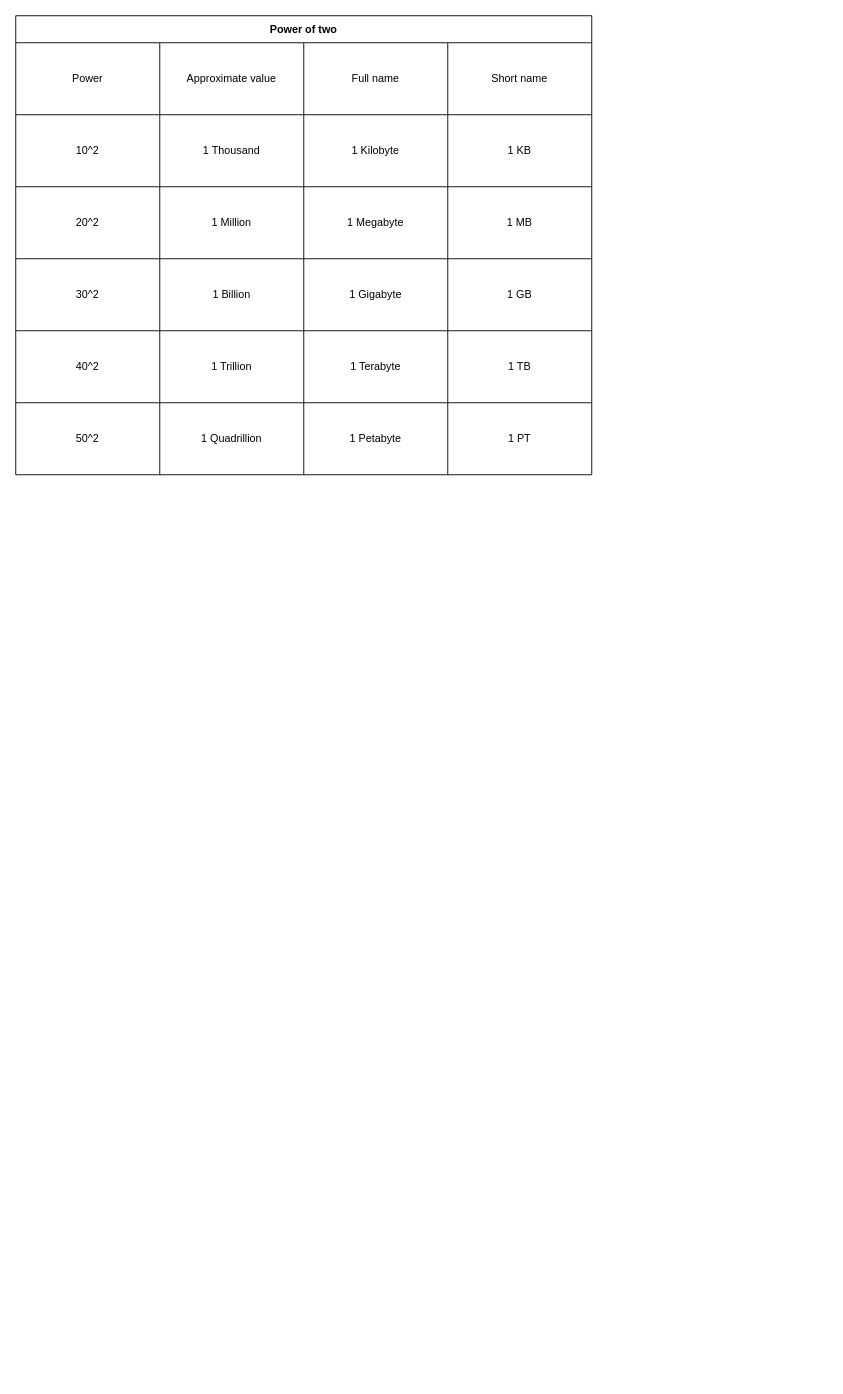
norbinsh/drawings keeps this draw.io diagram as back_of_the_envelope_estimations.drawio. Above is the earlier version. Source tidied: cells renumbered, new cells numbered last; positions are measured from the earlier drawing's top-left corner, leaving out a move shared by most shapes. Both pictures are drawn from the tidied source at 90%, with x=0, y=0 at pixel (15, 15).
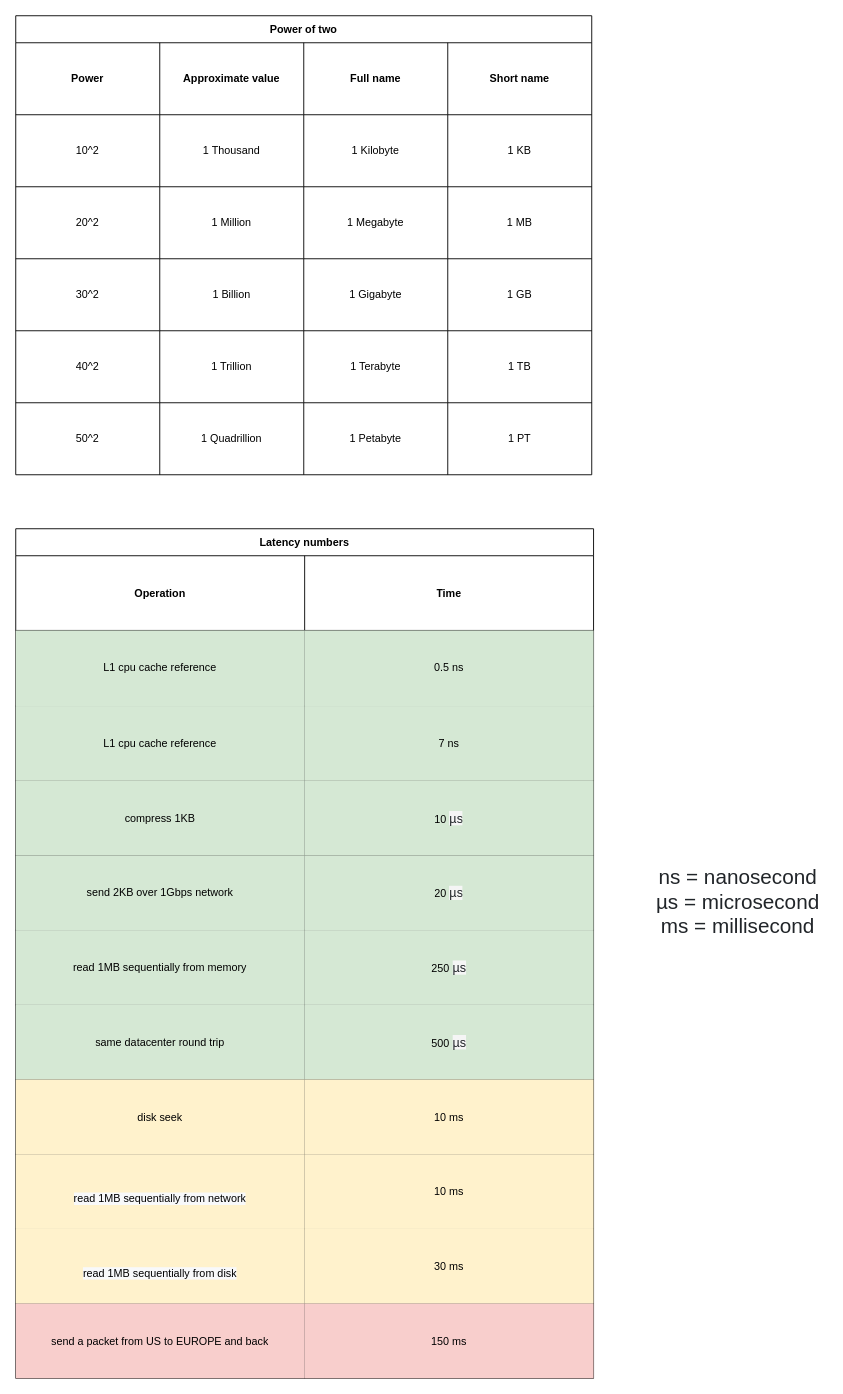
After the change.

The change refers to these unchanged cells:
```xml
<mxCell id="3" style="shape=tableRow;horizontal=0;startSize=0;swimlaneHead=0;swimlaneBody=0;top=0;left=0;bottom=0;right=0;fillColor=none;" parent="2" vertex="1">
  <mxGeometry y="30" width="640" height="80" as="geometry" />
</mxCell>
```

The edit, as a diff of the source:
```diff
@@
-    <mxCell id="4" value="Power" style="shape=partialRectangle;html=1;whiteSpace=wrap;fillColor=none;top=0;left=0;bottom=0;right=0;overflow=hidden;" parent="3" vertex="1">
+    <mxCell id="4" value="&lt;b&gt;Power&lt;/b&gt;" style="shape=partialRectangle;html=1;whiteSpace=wrap;fillColor=none;top=0;left=0;bottom=0;right=0;overflow=hidden;" parent="3" vertex="1">
       <mxGeometry width="160" height="80" as="geometry" />
     </mxCell>
-    <mxCell id="5" value="Approximate value" style="shape=partialRectangle;html=1;whiteSpace=wrap;fillColor=none;top=0;left=0;bottom=0;right=0;overflow=hidden;" parent="3" vertex="1">
+    <mxCell id="5" value="&lt;b&gt;Approximate value&lt;/b&gt;" style="shape=partialRectangle;html=1;whiteSpace=wrap;fillColor=none;top=0;left=0;bottom=0;right=0;overflow=hidden;" parent="3" vertex="1">
       <mxGeometry x="160" width="160" height="80" as="geometry" />
     </mxCell>
-    <mxCell id="6" value="Full name" style="shape=partialRectangle;html=1;whiteSpace=wrap;fillColor=none;top=0;left=0;bottom=0;right=0;overflow=hidden;" parent="3" vertex="1">
+    <mxCell id="6" value="&lt;b&gt;Full name&lt;/b&gt;" style="shape=partialRectangle;html=1;whiteSpace=wrap;fillColor=none;top=0;left=0;bottom=0;right=0;overflow=hidden;" parent="3" vertex="1">
       <mxGeometry x="320" width="160" height="80" as="geometry" />
     </mxCell>
-    <mxCell id="7" value="Short name" style="shape=partialRectangle;html=1;whiteSpace=wrap;fillColor=none;top=0;left=0;bottom=0;right=0;overflow=hidden;" parent="3" vertex="1">
+    <mxCell id="7" value="&lt;b&gt;Short name&lt;/b&gt;" style="shape=partialRectangle;html=1;whiteSpace=wrap;fillColor=none;top=0;left=0;bottom=0;right=0;overflow=hidden;" parent="3" vertex="1">
       <mxGeometry x="480" width="160" height="80" as="geometry" />
     </mxCell>
@@
+    <mxCell id="33" value="Latency numbers" style="shape=table;startSize=30;childLayout=tableLayout;fontStyle=1;align=center;" parent="1" vertex="1">
+      <mxGeometry y="570" width="642" height="944" as="geometry" />
+    </mxCell>
+    <mxCell id="34" style="shape=tableRow;horizontal=0;startSize=0;swimlaneHead=0;swimlaneBody=0;top=0;left=0;bottom=0;right=0;fillColor=none;" parent="33" vertex="1">
+      <mxGeometry y="30" width="642" height="83" as="geometry" />
+    </mxCell>
+    <mxCell id="35" value="&lt;b&gt;Operation&lt;/b&gt;" style="shape=partialRectangle;html=1;whiteSpace=wrap;fillColor=none;top=0;left=0;bottom=0;right=0;overflow=hidden;" parent="34" vertex="1">
+      <mxGeometry width="321" height="83" as="geometry" />
+    </mxCell>
+    <mxCell id="36" value="&lt;b&gt;Time&lt;/b&gt;" style="shape=partialRectangle;html=1;whiteSpace=wrap;fillColor=none;top=0;left=0;bottom=0;right=0;overflow=hidden;" parent="34" vertex="1">
+      <mxGeometry x="321" width="321" height="83" as="geometry" />
+    </mxCell>
+    <mxCell id="37" style="shape=tableRow;horizontal=0;startSize=0;swimlaneHead=0;swimlaneBody=0;top=0;left=0;bottom=0;right=0;fillColor=none;" parent="33" vertex="1">
+      <mxGeometry y="113" width="642" height="84" as="geometry" />
+    </mxCell>
+    <mxCell id="38" value="L1 cpu cache reference" style="shape=partialRectangle;html=1;whiteSpace=wrap;fillColor=#d5e8d4;top=0;left=0;bottom=0;right=0;overflow=hidden;strokeColor=#82b366;" parent="37" vertex="1">
+      <mxGeometry width="321" height="84" as="geometry" />
+    </mxCell>
+    <mxCell id="39" value="0.5 ns" style="shape=partialRectangle;html=1;whiteSpace=wrap;fillColor=#d5e8d4;top=0;left=0;bottom=0;right=0;overflow=hidden;strokeColor=#82b366;" parent="37" vertex="1">
+      <mxGeometry x="321" width="321" height="84" as="geometry" />
+    </mxCell>
+    <mxCell id="40" style="shape=tableRow;horizontal=0;startSize=0;swimlaneHead=0;swimlaneBody=0;top=0;left=0;bottom=0;right=0;fillColor=none;" parent="33" vertex="1">
+      <mxGeometry y="197" width="642" height="83" as="geometry" />
+    </mxCell>
+    <mxCell id="41" value="&lt;span&gt;L1 cpu cache reference&lt;/span&gt;" style="shape=partialRectangle;html=1;whiteSpace=wrap;fillColor=#d5e8d4;top=0;left=0;bottom=0;right=0;overflow=hidden;strokeColor=#82b366;" parent="40" vertex="1">
+      <mxGeometry width="321" height="83" as="geometry" />
+    </mxCell>
+    <mxCell id="42" value="7 ns" style="shape=partialRectangle;html=1;whiteSpace=wrap;fillColor=#d5e8d4;top=0;left=0;bottom=0;right=0;overflow=hidden;strokeColor=#82b366;" parent="40" vertex="1">
+      <mxGeometry x="321" width="321" height="83" as="geometry" />
+    </mxCell>
+    <mxCell id="43" style="shape=tableRow;horizontal=0;startSize=0;swimlaneHead=0;swimlaneBody=0;top=0;left=0;bottom=0;right=0;fillColor=none;" parent="33" vertex="1">
+      <mxGeometry y="280" width="642" height="83" as="geometry" />
+    </mxCell>
+    <mxCell id="44" value="compress 1KB" style="shape=partialRectangle;html=1;whiteSpace=wrap;fillColor=#d5e8d4;top=0;left=0;bottom=0;right=0;overflow=hidden;strokeColor=#82b366;" parent="43" vertex="1">
+      <mxGeometry width="321" height="83" as="geometry" />
+    </mxCell>
+    <mxCell id="45" value="10&amp;nbsp;&lt;span style=&quot;color: rgb(33 , 37 , 41) ; font-family: , &amp;#34;blinkmacsystemfont&amp;#34; , &amp;#34;segoe ui&amp;#34; , &amp;#34;pingfang sc&amp;#34; , &amp;#34;hiragino sans gb&amp;#34; , &amp;#34;microsoft yahei&amp;#34; , &amp;#34;helvetica neue&amp;#34; , &amp;#34;helvetica&amp;#34; , &amp;#34;arial&amp;#34; , sans-serif , &amp;#34;apple color emoji&amp;#34; , &amp;#34;segoe ui emoji&amp;#34; , &amp;#34;segoe ui symbol&amp;#34; ; font-size: 14px ; background-color: rgb(245 , 245 , 245)&quot;&gt;µs&lt;/span&gt;" style="shape=partialRectangle;html=1;whiteSpace=wrap;fillColor=#d5e8d4;top=0;left=0;bottom=0;right=0;overflow=hidden;strokeColor=#82b366;" parent="43" vertex="1">
+      <mxGeometry x="321" width="321" height="83" as="geometry" />
+    </mxCell>
+    <mxCell id="46" style="shape=tableRow;horizontal=0;startSize=0;swimlaneHead=0;swimlaneBody=0;top=0;left=0;bottom=0;right=0;fillColor=none;" parent="33" vertex="1">
+      <mxGeometry y="363" width="642" height="83" as="geometry" />
+    </mxCell>
+    <mxCell id="47" value="send 2KB over 1Gbps network" style="shape=partialRectangle;html=1;whiteSpace=wrap;fillColor=#d5e8d4;top=0;left=0;bottom=0;right=0;overflow=hidden;strokeColor=#82b366;" parent="46" vertex="1">
+      <mxGeometry width="321" height="83" as="geometry" />
+    </mxCell>
+    <mxCell id="48" value="20&amp;nbsp;&lt;span style=&quot;color: rgb(33 , 37 , 41) ; font-family: , &amp;#34;blinkmacsystemfont&amp;#34; , &amp;#34;segoe ui&amp;#34; , &amp;#34;pingfang sc&amp;#34; , &amp;#34;hiragino sans gb&amp;#34; , &amp;#34;microsoft yahei&amp;#34; , &amp;#34;helvetica neue&amp;#34; , &amp;#34;helvetica&amp;#34; , &amp;#34;arial&amp;#34; , sans-serif , &amp;#34;apple color emoji&amp;#34; , &amp;#34;segoe ui emoji&amp;#34; , &amp;#34;segoe ui symbol&amp;#34; ; font-size: 14px ; background-color: rgb(245 , 245 , 245)&quot;&gt;µs&lt;/span&gt;" style="shape=partialRectangle;html=1;whiteSpace=wrap;fillColor=#d5e8d4;top=0;left=0;bottom=0;right=0;overflow=hidden;strokeColor=#82b366;" parent="46" vertex="1">
+      <mxGeometry x="321" width="321" height="83" as="geometry" />
+    </mxCell>
+    <mxCell id="49" style="shape=tableRow;horizontal=0;startSize=0;swimlaneHead=0;swimlaneBody=0;top=0;left=0;bottom=0;right=0;fillColor=none;" parent="33" vertex="1">
+      <mxGeometry y="446" width="642" height="83" as="geometry" />
+    </mxCell>
+    <mxCell id="50" value="read 1MB sequentially from memory" style="shape=partialRectangle;html=1;whiteSpace=wrap;fillColor=#d5e8d4;top=0;left=0;bottom=0;right=0;overflow=hidden;strokeColor=#82b366;" parent="49" vertex="1">
+      <mxGeometry width="321" height="83" as="geometry" />
+    </mxCell>
+    <mxCell id="51" value="250&amp;nbsp;&lt;span style=&quot;color: rgb(33 , 37 , 41) ; font-family: , &amp;#34;blinkmacsystemfont&amp;#34; , &amp;#34;segoe ui&amp;#34; , &amp;#34;pingfang sc&amp;#34; , &amp;#34;hiragino sans gb&amp;#34; , &amp;#34;microsoft yahei&amp;#34; , &amp;#34;helvetica neue&amp;#34; , &amp;#34;helvetica&amp;#34; , &amp;#34;arial&amp;#34; , sans-serif , &amp;#34;apple color emoji&amp;#34; , &amp;#34;segoe ui emoji&amp;#34; , &amp;#34;segoe ui symbol&amp;#34; ; font-size: 14px ; background-color: rgb(245 , 245 , 245)&quot;&gt;µs&lt;/span&gt;" style="shape=partialRectangle;html=1;whiteSpace=wrap;fillColor=#d5e8d4;top=0;left=0;bottom=0;right=0;overflow=hidden;strokeColor=#82b366;" parent="49" vertex="1">
+      <mxGeometry x="321" width="321" height="83" as="geometry" />
+    </mxCell>
+    <mxCell id="52" style="shape=tableRow;horizontal=0;startSize=0;swimlaneHead=0;swimlaneBody=0;top=0;left=0;bottom=0;right=0;fillColor=none;" parent="33" vertex="1">
+      <mxGeometry y="529" width="642" height="83" as="geometry" />
+    </mxCell>
+    <mxCell id="53" value="same datacenter round trip" style="shape=partialRectangle;html=1;whiteSpace=wrap;fillColor=#d5e8d4;top=0;left=0;bottom=0;right=0;overflow=hidden;strokeColor=#82b366;" parent="52" vertex="1">
+      <mxGeometry width="321" height="83" as="geometry" />
+    </mxCell>
+    <mxCell id="54" value="500&amp;nbsp;&lt;span style=&quot;color: rgb(33 , 37 , 41) ; font-family: , &amp;#34;blinkmacsystemfont&amp;#34; , &amp;#34;segoe ui&amp;#34; , &amp;#34;pingfang sc&amp;#34; , &amp;#34;hiragino sans gb&amp;#34; , &amp;#34;microsoft yahei&amp;#34; , &amp;#34;helvetica neue&amp;#34; , &amp;#34;helvetica&amp;#34; , &amp;#34;arial&amp;#34; , sans-serif , &amp;#34;apple color emoji&amp;#34; , &amp;#34;segoe ui emoji&amp;#34; , &amp;#34;segoe ui symbol&amp;#34; ; font-size: 14px ; background-color: rgb(245 , 245 , 245)&quot;&gt;µs&lt;/span&gt;" style="shape=partialRectangle;html=1;whiteSpace=wrap;fillColor=#d5e8d4;top=0;left=0;bottom=0;right=0;overflow=hidden;strokeColor=#82b366;" parent="52" vertex="1">
+      <mxGeometry x="321" width="321" height="83" as="geometry" />
+    </mxCell>
+    <mxCell id="55" style="shape=tableRow;horizontal=0;startSize=0;swimlaneHead=0;swimlaneBody=0;top=0;left=0;bottom=0;right=0;fillColor=none;" parent="33" vertex="1">
+      <mxGeometry y="612" width="642" height="83" as="geometry" />
+    </mxCell>
+    <mxCell id="56" value="disk seek" style="shape=partialRectangle;html=1;whiteSpace=wrap;fillColor=#fff2cc;top=0;left=0;bottom=0;right=0;overflow=hidden;strokeColor=#d6b656;" parent="55" vertex="1">
+      <mxGeometry width="321" height="83" as="geometry" />
+    </mxCell>
+    <mxCell id="57" value="10 ms" style="shape=partialRectangle;html=1;whiteSpace=wrap;fillColor=#fff2cc;top=0;left=0;bottom=0;right=0;overflow=hidden;strokeColor=#d6b656;" parent="55" vertex="1">
+      <mxGeometry x="321" width="321" height="83" as="geometry" />
+    </mxCell>
+    <mxCell id="58" style="shape=tableRow;horizontal=0;startSize=0;swimlaneHead=0;swimlaneBody=0;top=0;left=0;bottom=0;right=0;fillColor=none;" parent="33" vertex="1">
+      <mxGeometry y="695" width="642" height="83" as="geometry" />
+    </mxCell>
+    <mxCell id="59" value="&lt;br&gt;&lt;span style=&quot;color: rgb(0 , 0 , 0) ; font-family: &amp;#34;helvetica&amp;#34; ; font-size: 12px ; font-style: normal ; font-weight: 400 ; letter-spacing: normal ; text-align: center ; text-indent: 0px ; text-transform: none ; word-spacing: 0px ; background-color: rgb(248 , 249 , 250) ; display: inline ; float: none&quot;&gt;read 1MB sequentially from network&lt;/span&gt;" style="shape=partialRectangle;html=1;whiteSpace=wrap;fillColor=#fff2cc;top=0;left=0;bottom=0;right=0;overflow=hidden;strokeColor=#d6b656;" parent="58" vertex="1">
+      <mxGeometry width="321" height="83" as="geometry" />
+    </mxCell>
+    <mxCell id="60" value="10 ms" style="shape=partialRectangle;html=1;whiteSpace=wrap;fillColor=#fff2cc;top=0;left=0;bottom=0;right=0;overflow=hidden;strokeColor=#d6b656;" parent="58" vertex="1">
+      <mxGeometry x="321" width="321" height="83" as="geometry" />
+    </mxCell>
+    <mxCell id="61" style="shape=tableRow;horizontal=0;startSize=0;swimlaneHead=0;swimlaneBody=0;top=0;left=0;bottom=0;right=0;fillColor=none;" parent="33" vertex="1">
+      <mxGeometry y="778" width="642" height="83" as="geometry" />
+    </mxCell>
+    <mxCell id="62" value="&lt;br style=&quot;color: rgb(0 , 0 , 0) ; font-family: &amp;#34;helvetica&amp;#34; ; font-size: 12px ; font-style: normal ; font-weight: 400 ; letter-spacing: normal ; text-align: center ; text-indent: 0px ; text-transform: none ; word-spacing: 0px ; background-color: rgb(248 , 249 , 250)&quot;&gt;&lt;span style=&quot;color: rgb(0 , 0 , 0) ; font-size: 12px ; font-style: normal ; font-weight: 400 ; letter-spacing: normal ; text-align: center ; text-indent: 0px ; text-transform: none ; word-spacing: 0px ; font-family: &amp;#34;helvetica&amp;#34; ; background-color: rgb(248 , 249 , 250) ; display: inline ; float: none&quot;&gt;read 1MB sequentially from disk&lt;/span&gt;" style="shape=partialRectangle;html=1;whiteSpace=wrap;fillColor=#fff2cc;top=0;left=0;bottom=0;right=0;overflow=hidden;strokeColor=#d6b656;" parent="61" vertex="1">
+      <mxGeometry width="321" height="83" as="geometry" />
+    </mxCell>
+    <mxCell id="63" value="30 ms" style="shape=partialRectangle;html=1;whiteSpace=wrap;fillColor=#fff2cc;top=0;left=0;bottom=0;right=0;overflow=hidden;strokeColor=#d6b656;" parent="61" vertex="1">
+      <mxGeometry x="321" width="321" height="83" as="geometry" />
+    </mxCell>
+    <mxCell id="64" style="shape=tableRow;horizontal=0;startSize=0;swimlaneHead=0;swimlaneBody=0;top=0;left=0;bottom=0;right=0;fillColor=none;" parent="33" vertex="1">
+      <mxGeometry y="861" width="642" height="83" as="geometry" />
+    </mxCell>
+    <mxCell id="65" value="send a packet from US to EUROPE and back" style="shape=partialRectangle;html=1;whiteSpace=wrap;fillColor=#f8cecc;top=0;left=0;bottom=0;right=0;overflow=hidden;strokeColor=#b85450;" parent="64" vertex="1">
+      <mxGeometry width="321" height="83" as="geometry" />
+    </mxCell>
+    <mxCell id="66" value="150 ms" style="shape=partialRectangle;html=1;whiteSpace=wrap;fillColor=#f8cecc;top=0;left=0;bottom=0;right=0;overflow=hidden;strokeColor=#b85450;" parent="64" vertex="1">
+      <mxGeometry x="321" width="321" height="83" as="geometry" />
+    </mxCell>
+    <mxCell id="67" value="&lt;span style=&quot;color: rgb(33, 37, 41); font-size: 23px; text-align: justify; background-color: rgb(255, 255, 255);&quot;&gt;ns = nanosecond&lt;br style=&quot;font-size: 23px;&quot;&gt;µs = microsecond&lt;br style=&quot;font-size: 23px;&quot;&gt;ms = millisecond&lt;/span&gt;" style="text;html=1;align=center;verticalAlign=middle;strokeColor=none;fillColor=none;fontSize=23;" parent="1" vertex="1">
+      <mxGeometry x="702" y="940" width="200" height="90" as="geometry" />
+    </mxCell>
```
